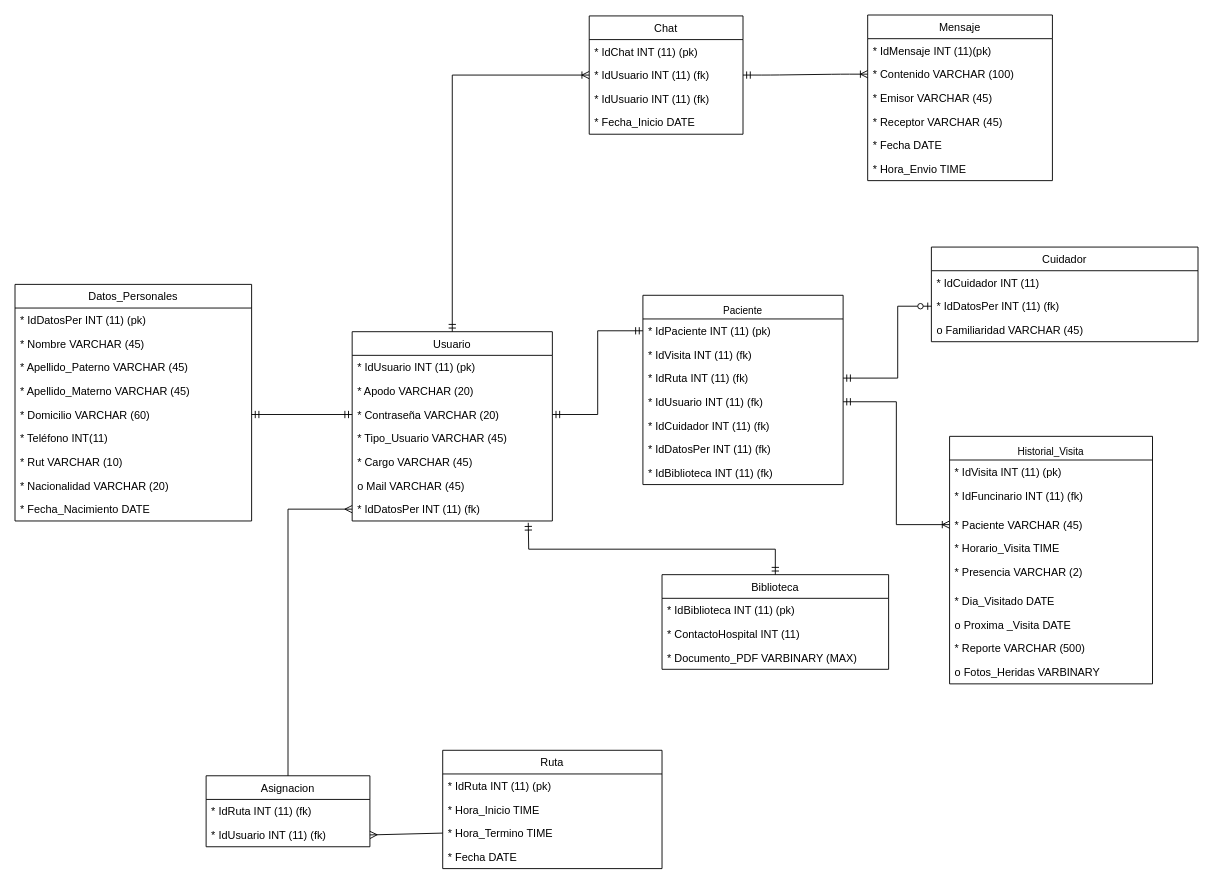
The draw.io diagram Documentación y modelos/Modelo Fisico DB.drawio in Dev-Nico/HDG8, before the edit. Source tidied: cells renumbered, new cells numbered last; positions are measured from the earlier drawing's top-left corner, leaving out a move shared by most shapes. Both pictures are drawn from the tidied source at 91%, with x=0, y=0 at pixel (15, 15).
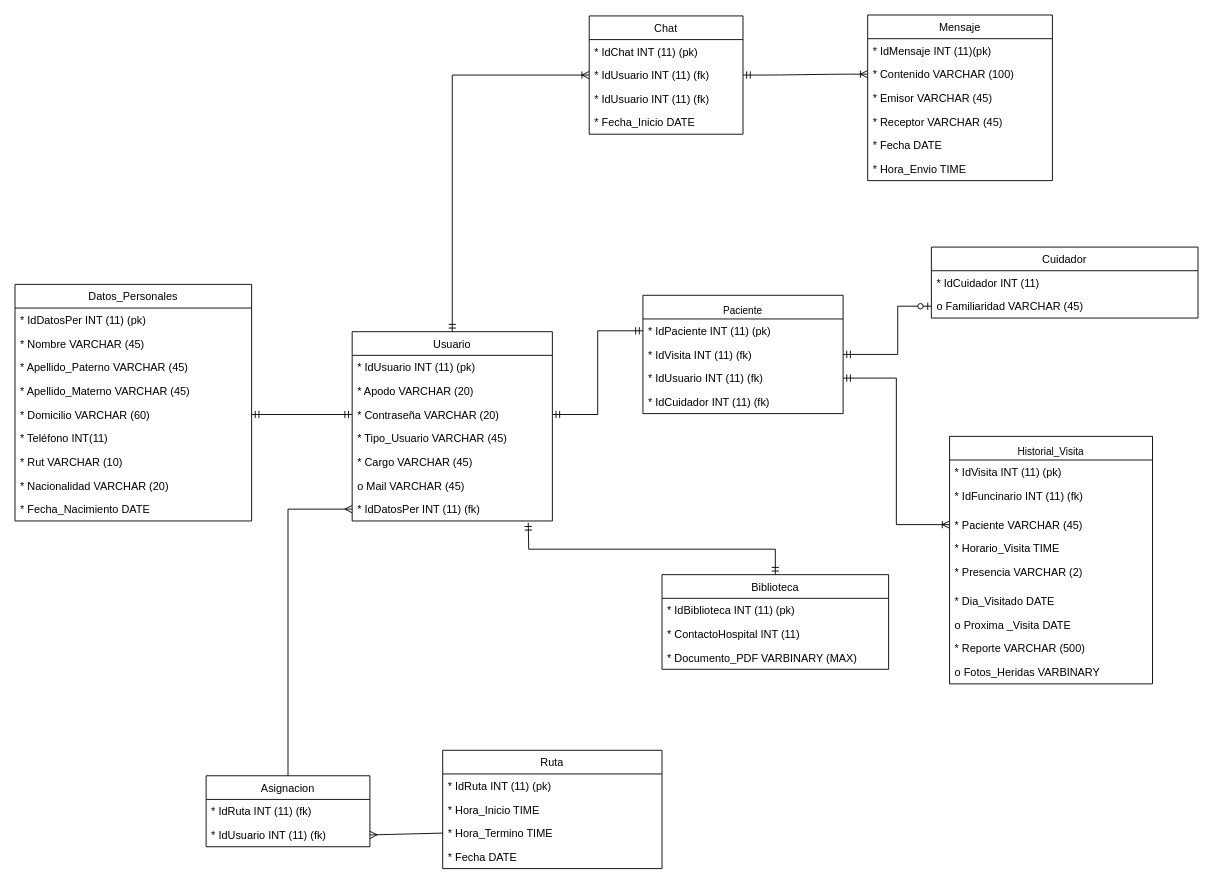
Above is the later version.

Commit message:
update modelo fisico

The change refers to these unchanged cells:
```xml
<mxCell id="4" value="* IdVisita INT (11) (fk)" style="text;strokeColor=none;fillColor=none;align=left;verticalAlign=top;spacingLeft=4;spacingRight=4;overflow=hidden;points=[[0,0.5],[1,0.5]];portConstraint=eastwest;" parent="2" vertex="1">
  <mxGeometry y="52" width="220" height="26" as="geometry" />
</mxCell>
```

Diff of the diagram source:
```diff
@@
     <mxCell id="2" value="Paciente" style="swimlane;fontStyle=0;horizontal=1;startSize=26;fillColor=none;verticalAlign=bottom;fontSize=11;" parent="1" vertex="1">
-      <mxGeometry x="690" y="308" width="220" height="208" as="geometry" />
+      <mxGeometry x="690" y="308" width="220" height="130" as="geometry" />
     </mxCell>
@@
-    <mxCell id="5" value="* IdRuta INT (11) (fk)" style="text;strokeColor=none;fillColor=none;align=left;verticalAlign=top;spacingLeft=4;spacingRight=4;overflow=hidden;points=[[0,0.5],[1,0.5]];portConstraint=eastwest;" parent="2" vertex="1">
-      <mxGeometry y="78" width="220" height="26" as="geometry" />
-    </mxCell>
     <mxCell id="6" value="* IdUsuario INT (11) (fk)" style="text;strokeColor=none;fillColor=none;align=left;verticalAlign=top;spacingLeft=4;spacingRight=4;overflow=hidden;points=[[0,0.5],[1,0.5]];portConstraint=eastwest;" parent="2" vertex="1">
-      <mxGeometry y="104" width="220" height="26" as="geometry" />
+      <mxGeometry y="78" width="220" height="26" as="geometry" />
     </mxCell>
     <mxCell id="7" value="* IdCuidador INT (11) (fk)" style="text;strokeColor=none;fillColor=none;align=left;verticalAlign=top;spacingLeft=4;spacingRight=4;overflow=hidden;" parent="2" vertex="1">
-      <mxGeometry y="130" width="220" height="26" as="geometry" />
+      <mxGeometry y="104" width="220" height="26" as="geometry" />
     </mxCell>
-    <mxCell id="8" value="* IdDatosPer INT (11) (fk)" style="text;strokeColor=none;fillColor=none;align=left;verticalAlign=top;spacingLeft=4;spacingRight=4;overflow=hidden;" parent="2" vertex="1">
-      <mxGeometry y="156" width="220" height="26" as="geometry" />
-    </mxCell>
-    <mxCell id="9" value="* IdBiblioteca INT (11) (fk)" style="text;strokeColor=none;fillColor=none;align=left;verticalAlign=top;spacingLeft=4;spacingRight=4;overflow=hidden;" parent="2" vertex="1">
-      <mxGeometry y="182" width="220" height="26" as="geometry" />
-    </mxCell>
@@
     <mxCell id="34" value="Cuidador" style="swimlane;fontStyle=0;horizontal=1;startSize=26;fillColor=none;" parent="1" vertex="1">
-      <mxGeometry x="1007" y="255" width="293" height="104" as="geometry" />
+      <mxGeometry x="1007" y="255" width="293" height="78" as="geometry" />
     </mxCell>
@@
-    <mxCell id="36" value="* IdDatosPer INT (11) (fk)" style="text;strokeColor=none;fillColor=none;align=left;verticalAlign=top;spacingLeft=4;spacingRight=4;overflow=hidden;points=[[0,0.5],[1,0.5]];portConstraint=eastwest;" parent="34" vertex="1">
-      <mxGeometry y="52" width="293" height="26" as="geometry" />
-    </mxCell>
     <mxCell id="37" value="o Familiaridad VARCHAR (45)" style="text;strokeColor=none;fillColor=none;align=left;verticalAlign=top;spacingLeft=4;spacingRight=4;overflow=hidden;" parent="34" vertex="1">
-      <mxGeometry y="78" width="293" height="26" as="geometry" />
+      <mxGeometry y="52" width="293" height="26" as="geometry" />
     </mxCell>
@@
-    <mxCell id="39" style="edgeStyle=orthogonalEdgeStyle;fontSize=12;html=1;endArrow=ERzeroToOne;startArrow=ERmandOne;exitX=1;exitY=0.5;exitDx=0;exitDy=0;entryX=0;entryY=0.5;entryDx=0;entryDy=0;rounded=0;" parent="1" edge="1" source="5" target="36">
+    <mxCell id="39" style="fontSize=12;html=1;endArrow=ERzeroToOne;startArrow=ERmandOne;exitX=1;exitY=0.5;exitDx=0;exitDy=0;entryX=0;entryY=0.5;entryDx=0;entryDy=0;rounded=0;edgeStyle=orthogonalEdgeStyle;" parent="1" edge="1" source="4">
       <mxGeometry relative="1" as="geometry">
+        <mxPoint x="1007" y="320" as="targetPoint" />
         <Array as="points">
-          <mxPoint x="970" y="399" />
+          <mxPoint x="970" y="373" />
           <mxPoint x="970" y="320" />
         </Array>
       </mxGeometry>
     </mxCell>
```
